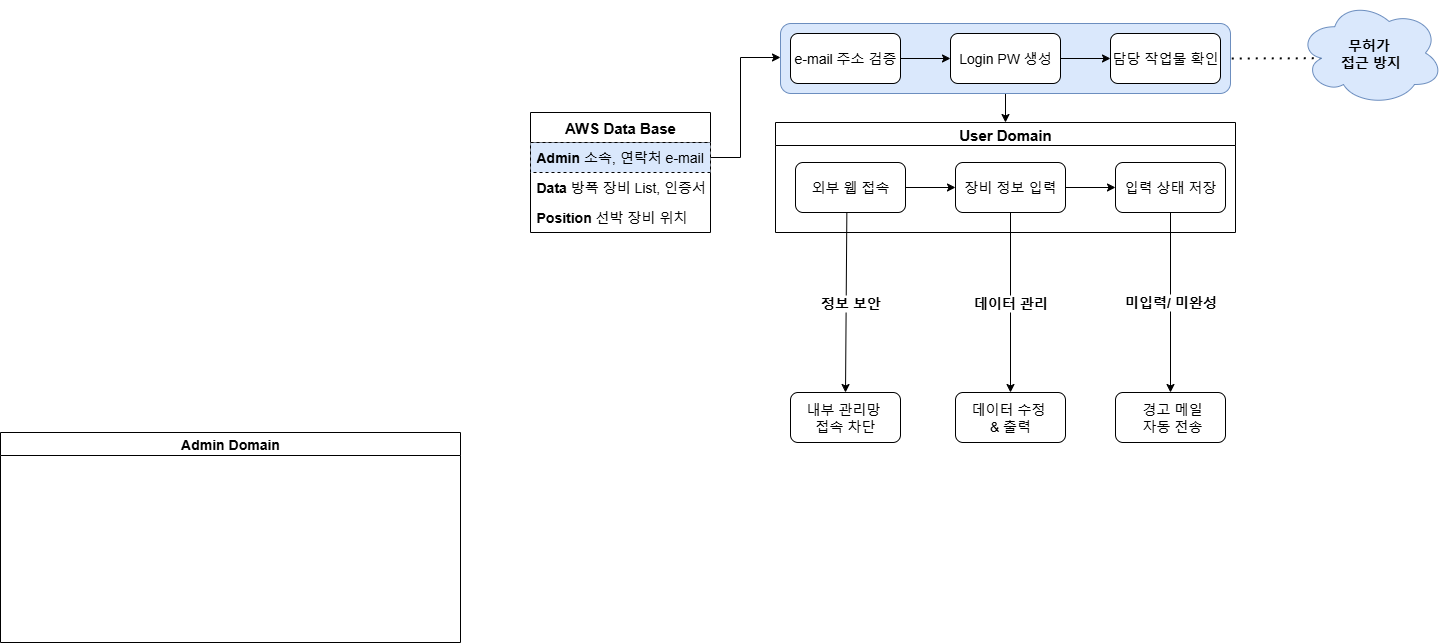
Earlier version of the draw.io export workflow/1013.drawio.png (HD-Jinyeong/my_flask_app). Source tidied: cells renumbered, new cells last; positions are measured from the earlier drawing's top-left corner, leaving out a move shared by most shapes.
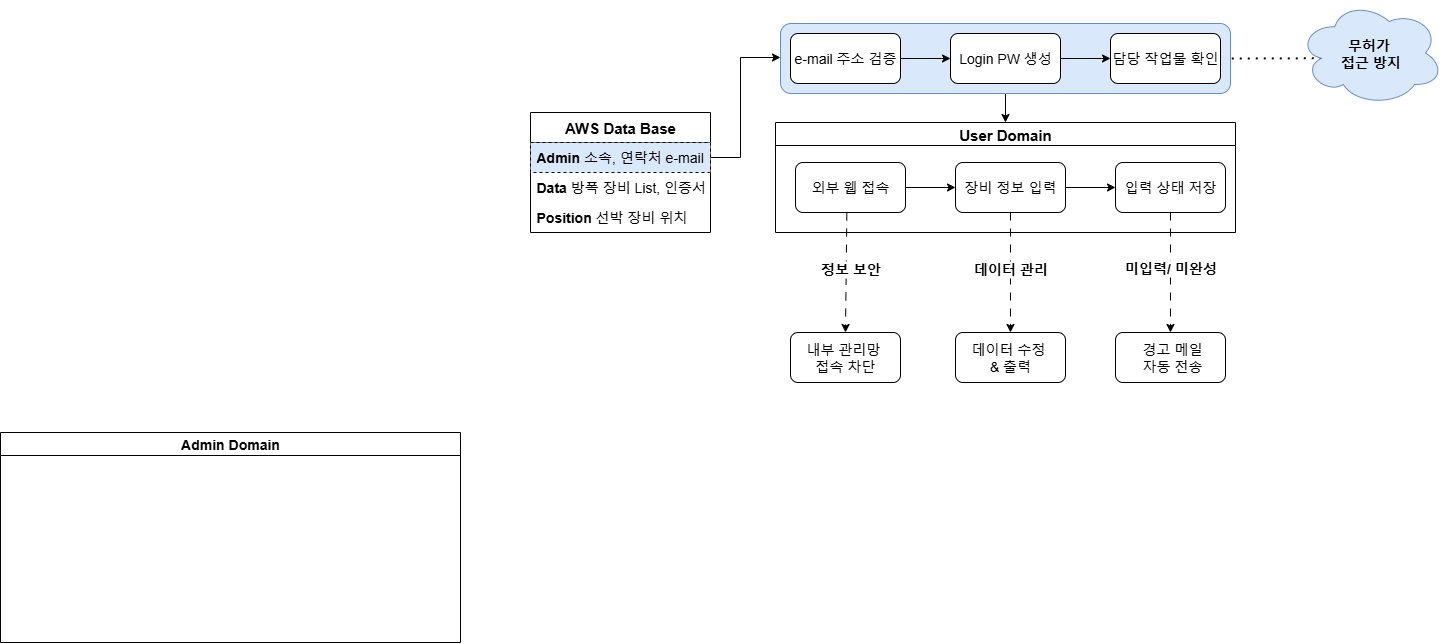
After the commit.

The edit, as a diff of the source:
```diff
@@ -49,7 +49,7 @@
     <mxCell id="15" value="&lt;font style=&quot;font-size: 14px;&quot;&gt;외부 웹 접속&lt;/font&gt;" style="rounded=1;whiteSpace=wrap;html=1;" parent="10" vertex="1">
       <mxGeometry x="20" y="40" width="110" height="50" as="geometry" />
     </mxCell>
-    <mxCell id="16" style="rounded=0;jettySize=auto;html=1;exitX=0.5;exitY=1;exitDx=0;exitDy=0;entryX=0.5;entryY=0;entryDx=0;entryDy=0;" parent="1" edge="1" source="12" target="18">
+    <mxCell id="16" style="rounded=0;jettySize=auto;html=1;exitX=0.5;exitY=1;exitDx=0;exitDy=0;entryX=0.5;entryY=0;entryDx=0;entryDy=0;dashed=1;dashPattern=8 8;" parent="1" edge="1" source="12" target="18">
       <mxGeometry relative="1" as="geometry" />
     </mxCell>
     <mxCell id="17" value="&lt;b&gt;&lt;font style=&quot;font-size: 14px;&quot;&gt;미입력/ 미완성&lt;/font&gt;&lt;/b&gt;" style="edgeLabel;html=1;align=center;verticalAlign=middle;" parent="16" vertex="1">
@@ -58,18 +58,18 @@
       </mxGeometry>
     </mxCell>
     <mxCell id="18" value="&lt;font style=&quot;font-size: 14px;&quot;&gt;&amp;nbsp;경고 메일&lt;/font&gt;&lt;div&gt;&lt;font style=&quot;font-size: 14px;&quot;&gt;&amp;nbsp;자동 전송&lt;/font&gt;&lt;/div&gt;" style="whiteSpace=wrap;html=1;rounded=1;" parent="1" vertex="1">
-      <mxGeometry x="1115" y="392" width="110" height="50" as="geometry" />
+      <mxGeometry x="1115" y="332" width="110" height="50" as="geometry" />
     </mxCell>
     <mxCell id="19" value="&lt;font style=&quot;font-size: 14px;&quot;&gt;데이터 수정&amp;nbsp;&lt;/font&gt;&lt;div&gt;&lt;font style=&quot;font-size: 14px;&quot;&gt;&amp;amp; 출력&lt;/font&gt;&lt;/div&gt;" style="whiteSpace=wrap;html=1;rounded=1;" parent="1" vertex="1">
-      <mxGeometry x="955" y="392" width="110" height="50" as="geometry" />
+      <mxGeometry x="955" y="332" width="110" height="50" as="geometry" />
     </mxCell>
     <mxCell id="20" style="edgeStyle=orthogonalEdgeStyle;rounded=0;jettySize=auto;html=1;exitX=0.5;exitY=1;exitDx=0;exitDy=0;" parent="1" edge="1" source="24" target="10">
       <mxGeometry relative="1" as="geometry" />
     </mxCell>
     <mxCell id="21" value="&lt;span style=&quot;font-size: 14px;&quot;&gt;내부 관리망&amp;nbsp;&lt;/span&gt;&lt;div&gt;&lt;span style=&quot;font-size: 14px;&quot;&gt;접속 차단&lt;/span&gt;&lt;/div&gt;" style="whiteSpace=wrap;html=1;rounded=1;" parent="1" vertex="1">
-      <mxGeometry x="790" y="392" width="110" height="50" as="geometry" />
+      <mxGeometry x="790" y="332" width="110" height="50" as="geometry" />
     </mxCell>
-    <mxCell id="22" style="rounded=0;jettySize=auto;html=1;entryX=0.5;entryY=0;entryDx=0;entryDy=0;exitX=0.5;exitY=1;exitDx=0;exitDy=0;" parent="1" edge="1" source="11" target="19">
+    <mxCell id="22" style="rounded=0;jettySize=auto;html=1;entryX=0.5;entryY=0;entryDx=0;entryDy=0;exitX=0.5;exitY=1;exitDx=0;exitDy=0;dashed=1;dashPattern=8 8;" parent="1" edge="1" source="11" target="19">
       <mxGeometry relative="1" as="geometry" />
     </mxCell>
     <mxCell id="23" value="&lt;b&gt;&lt;font style=&quot;font-size: 14px;&quot;&gt;데이터 관리&lt;/font&gt;&lt;/b&gt;" style="edgeLabel;html=1;align=center;verticalAlign=middle;" parent="22" vertex="1">
@@ -95,7 +95,7 @@
     <mxCell id="29" style="edgeStyle=orthogonalEdgeStyle;rounded=0;jettySize=auto;html=1;" parent="1" edge="1" source="26" target="27">
       <mxGeometry relative="1" as="geometry" />
     </mxCell>
-    <mxCell id="30" style="rounded=0;jettySize=auto;html=1;entryX=0.5;entryY=0;entryDx=0;entryDy=0;exitX=0.5;exitY=1;exitDx=0;exitDy=0;" parent="1" edge="1" target="21">
+    <mxCell id="30" style="rounded=0;jettySize=auto;html=1;entryX=0.5;entryY=0;entryDx=0;entryDy=0;exitX=0.5;exitY=1;exitDx=0;exitDy=0;dashed=1;dashPattern=8 8;" parent="1" edge="1" target="21">
       <mxGeometry relative="1" as="geometry">
         <mxPoint x="846.4" y="212" as="sourcePoint" />
       </mxGeometry>
```
